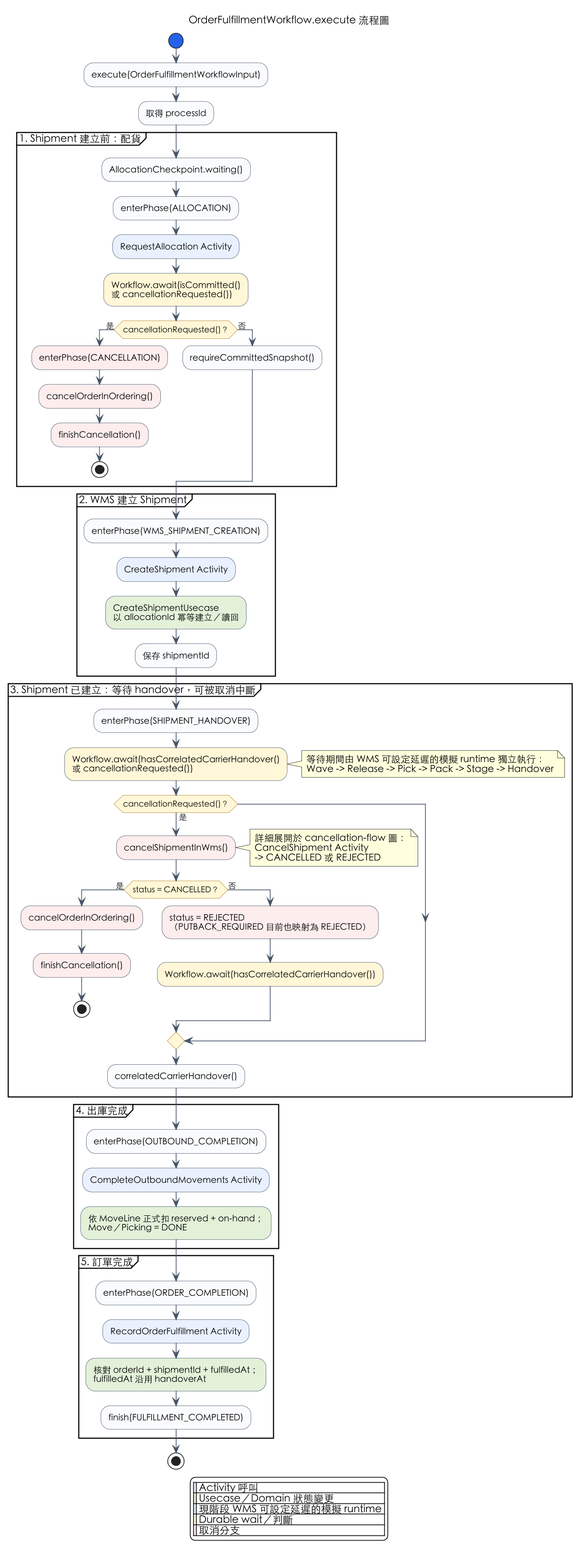
This is docs/order-fulfillment-process-execute-flow.png from zhjiangexe/order-allocation-arch-demo, a PlantUML export, as it was before one commit.
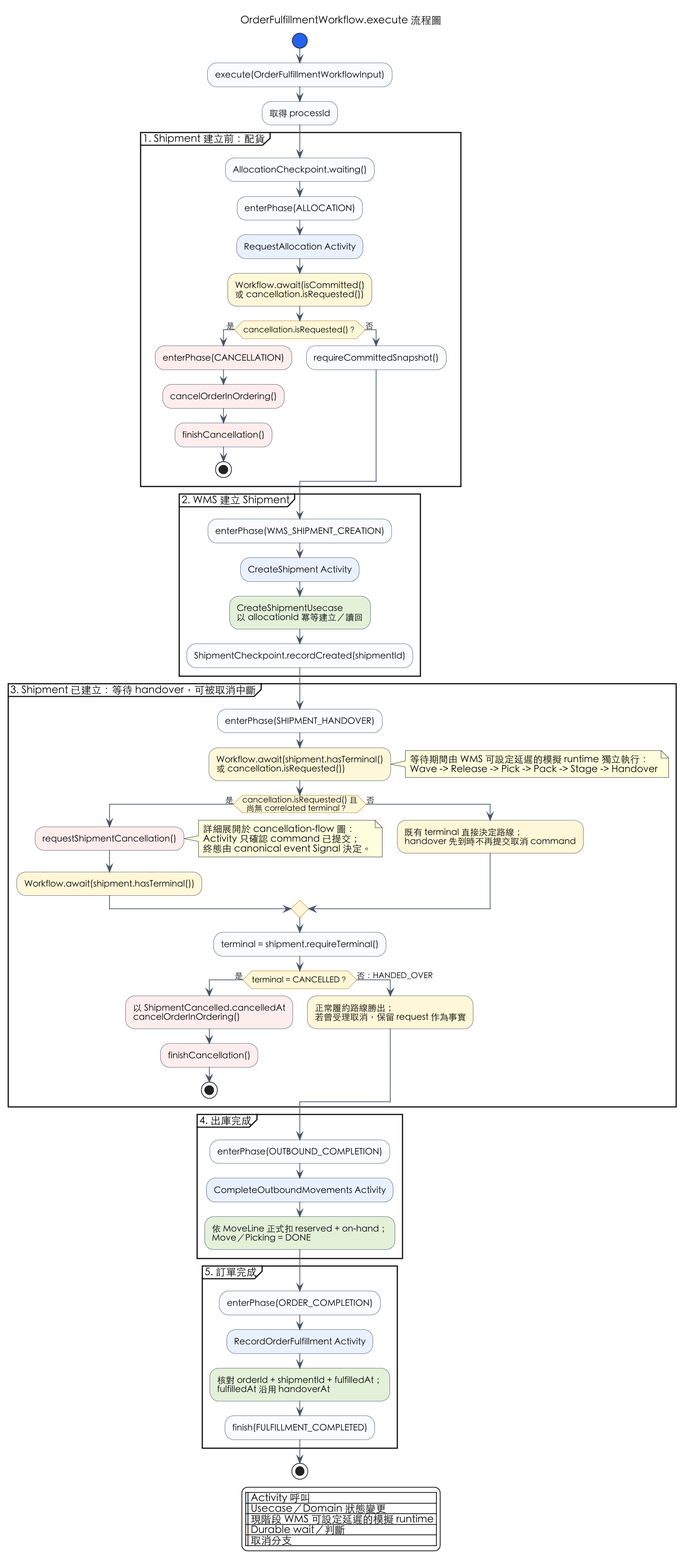
After the commit.

What changed in the source:
```diff
@@ -21,9 +21,9 @@
   :AllocationCheckpoint.waiting();
   :enterPhase(ALLOCATION);
   :RequestAllocation Activity; <<#E8F1FF>>
-  :Workflow.await(isCommitted()\n或 cancellationRequested()); <<#FFF7D6>>
+  :Workflow.await(isCommitted()\n或 cancellation.isRequested()); <<#FFF7D6>>
 
-  if (cancellationRequested()？) then (是)
+  if (cancellation.isRequested()？) then (是)
     :enterPhase(CANCELLATION); <<#FDECEC>>
     :cancelOrderInOrdering(); <<#FDECEC>>
     :finishCancellation(); <<#FDECEC>>
@@ -38,36 +38,42 @@
   :CreateShipment Activity; <<#E8F1FF>>
   :CreateShipmentUsecase
   以 allocationId 冪等建立／讀回; <<#E2F0D9>>
-  :保存 shipmentId;
+  :ShipmentCheckpoint.recordCreated(shipmentId);
 }
 
 partition "3. Shipment 已建立：等待 handover，可被取消中斷" {
   :enterPhase(SHIPMENT_HANDOVER);
-  :Workflow.await(hasCorrelatedCarrierHandover()\n或 cancellationRequested()); <<#FFF7D6>>
+  :Workflow.await(shipment.hasTerminal()\n或 cancellation.isRequested()); <<#FFF7D6>>
   note right
     等待期間由 WMS 可設定延遲的模擬 runtime 獨立執行：
     Wave -> Release -> Pick -> Pack -> Stage -> Handover
   end note
 
-  if (cancellationRequested()？) then (是)
-    :cancelShipmentInWms(); <<#FDECEC>>
+  if (cancellation.isRequested() 且
+  尚無 correlated terminal？) then (是)
+    :requestShipmentCancellation(); <<#FDECEC>>
     note right
       詳細展開於 cancellation-flow 圖：
-      CancelShipment Activity
-      -> CANCELLED 或 REJECTED
+      Activity 只確認 command 已提交；
+      終態由 canonical event Signal 決定。
     end note
-
-    if (status = CANCELLED？) then (是)
-      :cancelOrderInOrdering(); <<#FDECEC>>
-      :finishCancellation(); <<#FDECEC>>
-      stop
-    else (否)
-      :status = REJECTED\n（PUTBACK_REQUIRED 目前也映射為 REJECTED）; <<#FDECEC>>
-      :Workflow.await(hasCorrelatedCarrierHandover()); <<#FFF7D6>>
-    endif
+    :Workflow.await(shipment.hasTerminal()); <<#FFF7D6>>
+  else (否)
+    :既有 terminal 直接決定路線；
+    handover 先到時不再提交取消 command; <<#FFF7D6>>
   endif
 
-  :correlatedCarrierHandover();
+  :terminal = shipment.requireTerminal();
+
+  if (terminal = CANCELLED？) then (是)
+    :以 ShipmentCancelled.cancelledAt
+    cancelOrderInOrdering(); <<#FDECEC>>
+    :finishCancellation(); <<#FDECEC>>
+    stop
+  else (否：HANDED_OVER)
+    :正常履約路線勝出；
+    若曾受理取消，保留 request 作為事實; <<#FFF7D6>>
+  endif
 }
 
 partition "4. 出庫完成" {
```
